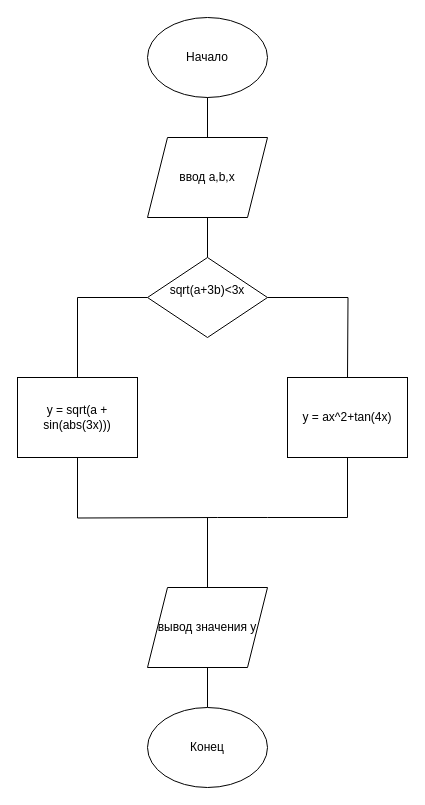
Above: first_task.drawio in ilasovrifat703-ops/Python_conditions (draw.io), before the change. Source tidied: cells renumbered, new cells numbered last; positions are measured from the earlier drawing's top-left corner, leaving out a move shared by most shapes. Both pictures are drawn from the tidied source at 100%, with x=0, y=0 at pixel (17, 17).
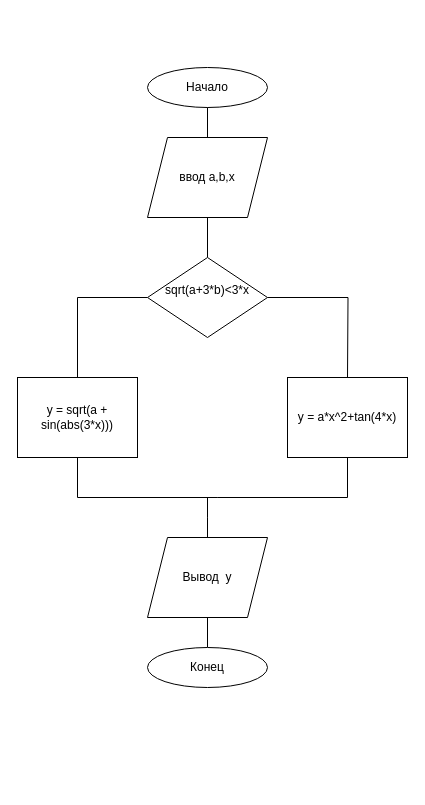
Above is the later version.

Change to the diagram source:
```diff
@@
     <mxCell id="2" value="Начало" style="ellipse;whiteSpace=wrap;html=1;shapeInside=1;" parent="1" vertex="1">
-      <mxGeometry x="130" width="120" height="80" as="geometry" />
+      <mxGeometry x="130" y="50" width="120" height="40" as="geometry" />
     </mxCell>
@@
-    <mxCell id="8" value="sqrt(a+3b)&amp;lt;3x&lt;div&gt;&lt;br&gt;&lt;/div&gt;" style="rhombus;whiteSpace=wrap;html=1;shapeInside=1;" parent="1" vertex="1">
+    <mxCell id="8" value="sqrt(a+3*b)&amp;lt;3*x&lt;div&gt;&lt;br&gt;&lt;/div&gt;" style="rhombus;whiteSpace=wrap;html=1;shapeInside=1;" parent="1" vertex="1">
       <mxGeometry x="130" y="240" width="120" height="80" as="geometry" />
     </mxCell>
-    <mxCell id="9" value="y = ax^2+tan(4x)" style="rounded=0;whiteSpace=wrap;html=1;" parent="1" vertex="1">
+    <mxCell id="9" value="y = a*x^2+tan(4*x)" style="rounded=0;whiteSpace=wrap;html=1;" parent="1" vertex="1">
       <mxGeometry x="270" y="360" width="120" height="80" as="geometry" />
     </mxCell>
-    <mxCell id="10" value="y = sqrt(a + sin(abs(3x)))" style="rounded=0;whiteSpace=wrap;html=1;" parent="1" vertex="1">
+    <mxCell id="10" value="y = sqrt(a + sin(abs(3*x)))" style="rounded=0;whiteSpace=wrap;html=1;" parent="1" vertex="1">
       <mxGeometry y="360" width="120" height="80" as="geometry" />
     </mxCell>
     <mxCell id="11" style="edgeStyle=orthogonalEdgeStyle;rounded=0;jettySize=auto;html=1;endArrow=none;endFill=0;" parent="1" edge="1" source="13">
       <mxGeometry relative="1" as="geometry">
         <mxPoint x="190" y="500" as="targetPoint" />
+        <Array as="points">
+          <mxPoint x="190" y="500" />
+          <mxPoint x="190" y="500" />
+        </Array>
       </mxGeometry>
     </mxCell>
@@
+    <mxCell id="17" style="edgeStyle=orthogonalEdgeStyle;shape=connector;rounded=0;jettySize=auto;html=1;strokeColor=default;align=center;verticalAlign=middle;fontFamily=Helvetica;fontSize=11;fontColor=default;labelBackgroundColor=default;endArrow=none;endFill=0;" parent="1" edge="1" source="13">
+      <mxGeometry relative="1" as="geometry">
+        <mxPoint x="190" y="480" as="targetPoint" />
+      </mxGeometry>
+    </mxCell>
-    <mxCell id="13" value="вывод значения y" style="shape=parallelogram;perimeter=parallelogramPerimeter;whiteSpace=wrap;html=1;shapeInside=1;fixedSize=1;" parent="1" vertex="1">
-      <mxGeometry x="130" y="570" width="120" height="80" as="geometry" />
+    <mxCell id="13" value="Вывод&amp;nbsp; y" style="shape=parallelogram;perimeter=parallelogramPerimeter;whiteSpace=wrap;html=1;shapeInside=1;fixedSize=1;" parent="1" vertex="1">
+      <mxGeometry x="130" y="520" width="120" height="80" as="geometry" />
     </mxCell>
     <mxCell id="14" style="edgeStyle=orthogonalEdgeStyle;rounded=0;jettySize=auto;html=1;endArrow=none;endFill=0;entryX=0.5;entryY=1;entryDx=0;entryDy=0;" parent="1" edge="1" target="10">
       <mxGeometry relative="1" as="geometry">
-        <mxPoint x="200" y="500" as="sourcePoint" />
+        <mxPoint x="220" y="480" as="sourcePoint" />
+        <Array as="points">
+          <mxPoint x="200" y="480" />
+          <mxPoint x="60" y="480" />
+        </Array>
       </mxGeometry>
     </mxCell>
     <mxCell id="15" style="edgeStyle=orthogonalEdgeStyle;rounded=0;jettySize=auto;html=1;endArrow=none;endFill=0;exitX=0.5;exitY=1;exitDx=0;exitDy=0;" parent="1" edge="1" source="9">
       <mxGeometry relative="1" as="geometry">
-        <mxPoint x="200" y="500" as="targetPoint" />
+        <mxPoint x="200" y="480" as="targetPoint" />
         <Array as="points">
-          <mxPoint x="330" y="500" />
-          <mxPoint x="250" y="500" />
+          <mxPoint x="330" y="480" />
+          <mxPoint x="200" y="480" />
         </Array>
       </mxGeometry>
     </mxCell>
     <mxCell id="16" value="Конец" style="ellipse;whiteSpace=wrap;html=1;shapeInside=1;" parent="1" vertex="1">
-      <mxGeometry x="130" y="690" width="120" height="80" as="geometry" />
+      <mxGeometry x="130" y="630" width="120" height="40" as="geometry" />
     </mxCell>
```
